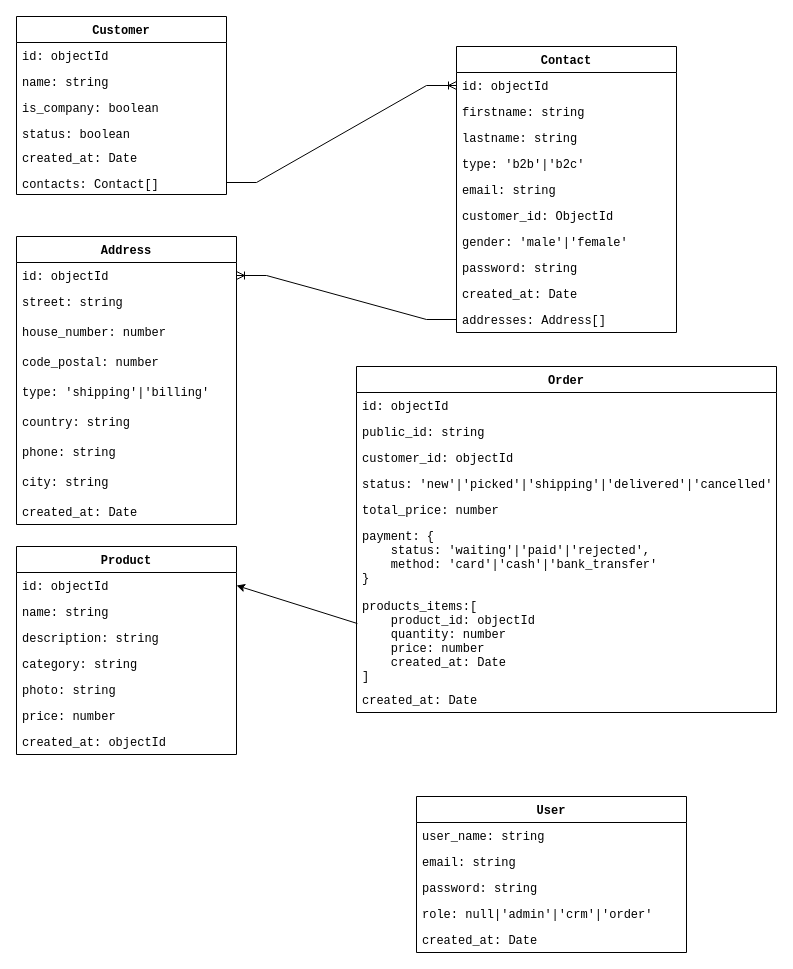
The draw.io diagram mini-crm.drawio in ylahssini/dx-blog, before the edit. Source tidied: cells renumbered, new cells numbered last; positions are measured from the earlier drawing's top-left corner, leaving out a move shared by most shapes. Both pictures are drawn from the tidied source at 100%, with x=0, y=0 at pixel (16, 16).
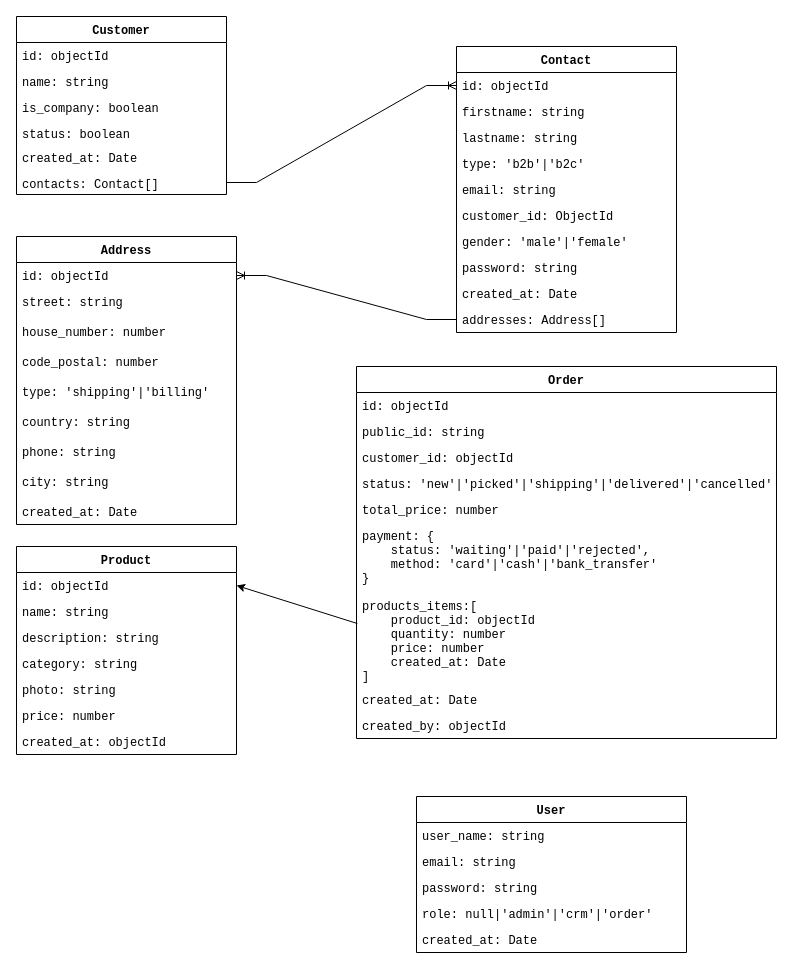
After the change.

What changed in the source:
```diff
@@
     <mxCell id="40" value="Order" style="swimlane;fontStyle=1;horizontal=1;startSize=26;fillColor=none;fontFamily=Courier New;" parent="1" vertex="1">
-      <mxGeometry x="340" y="350" width="420" height="346" as="geometry" />
+      <mxGeometry x="340" y="350" width="420" height="372" as="geometry" />
     </mxCell>
@@
+    <mxCell id="56" value="created_by: objectId" style="text;strokeColor=none;fillColor=none;align=left;verticalAlign=top;spacingLeft=4;spacingRight=4;overflow=hidden;fontFamily=Courier New;" parent="40" vertex="1">
+      <mxGeometry y="346" width="420" height="26" as="geometry" />
+    </mxCell>
```
